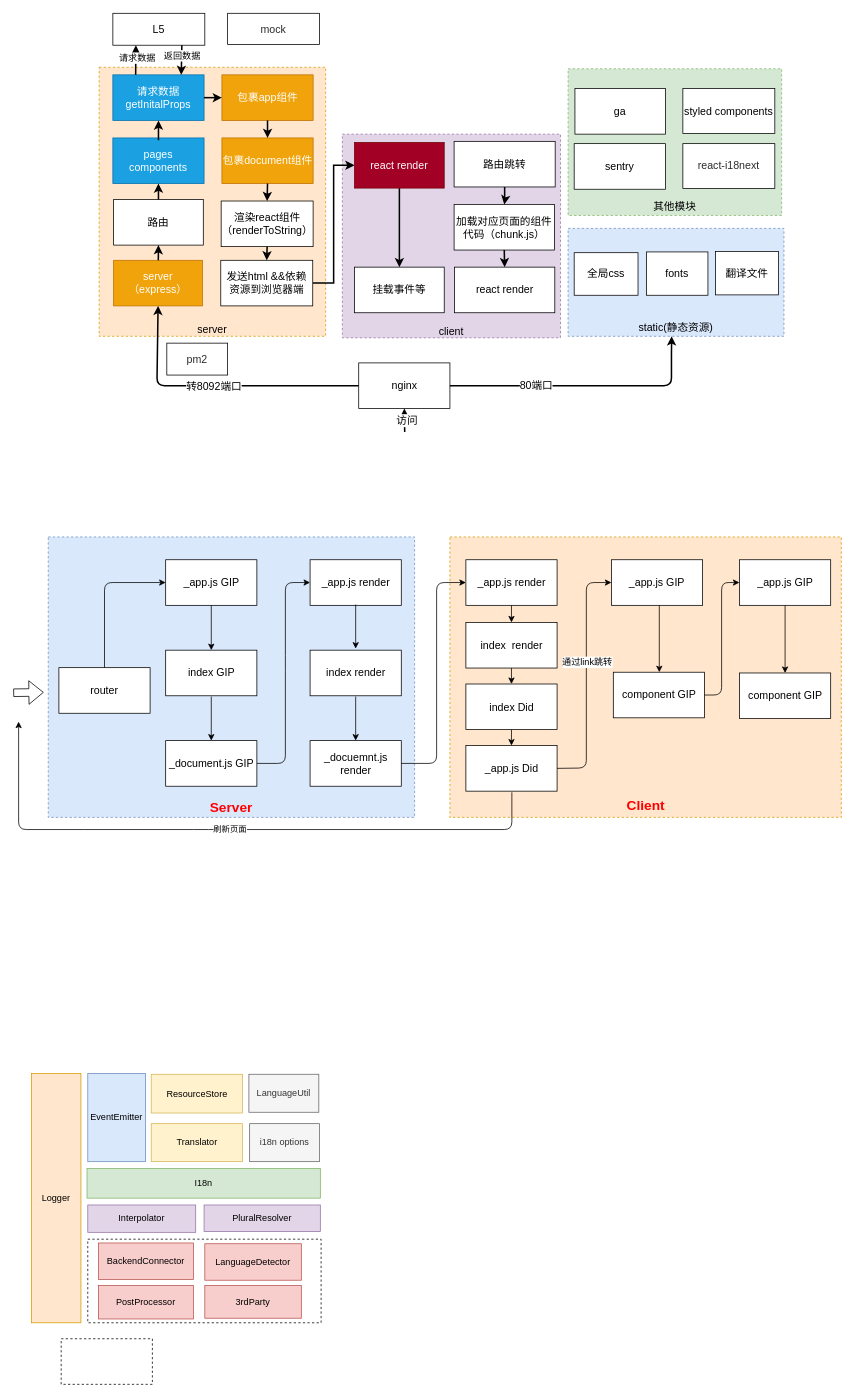
huanglijiao/docs keeps this draw.io diagram as Untitled Diagram.drawio. Above is the earlier version. Source tidied: cells renumbered, new cells numbered last; positions are measured from the earlier drawing's top-left corner, leaving out a move shared by most shapes. Both pictures are drawn from the tidied source at 76%, with x=0, y=0 at pixel (13, 13).
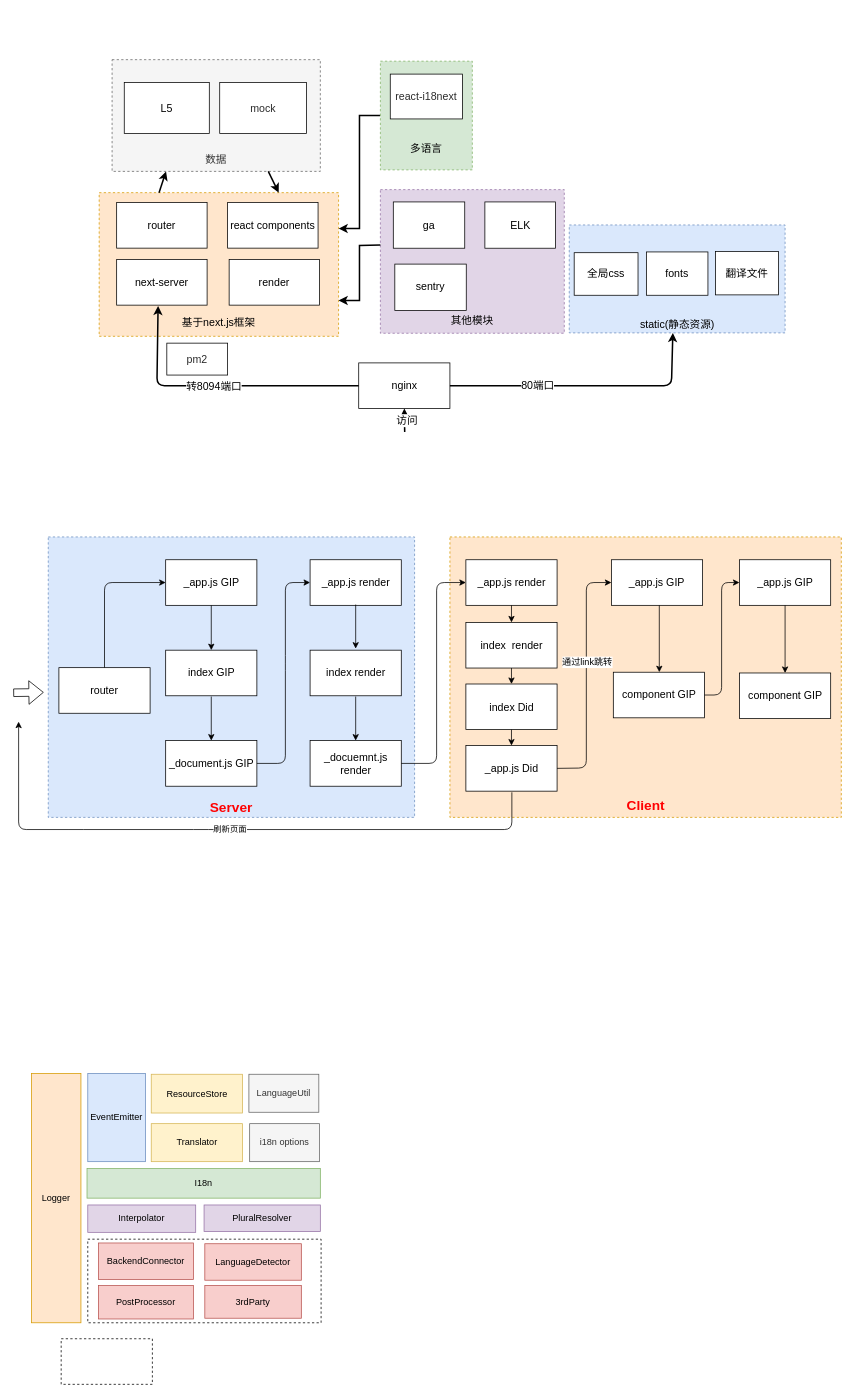
The same page after the edit.

Unchanged cells that the change refers to:
```xml
<mxCell id="8" value="&lt;font style=&quot;font-size: 14px&quot;&gt;nginx&lt;/font&gt;" style="rounded=0;whiteSpace=wrap;html=1;" parent="1" vertex="1">
  <mxGeometry x="454.5" y="460" width="120" height="60" as="geometry" />
</mxCell>
```

What changed in the source:
```diff
@@
-    <mxCell id="2" value="&lt;font style=&quot;font-size: 14px&quot;&gt;&lt;br&gt;&lt;br&gt;&lt;br&gt;&lt;br&gt;&lt;br&gt;&lt;br&gt;&lt;br&gt;&lt;br&gt;&lt;br&gt;&lt;br&gt;&lt;br&gt;&lt;br&gt;&lt;br&gt;&lt;br&gt;&lt;br&gt;client&lt;/font&gt;" style="rounded=0;whiteSpace=wrap;html=1;dashed=1;fillColor=#e1d5e7;strokeColor=#9673a6;" parent="1" vertex="1">
-      <mxGeometry x="433" y="159" width="287" height="268" as="geometry" />
-    </mxCell>
-    <mxCell id="3" value="&lt;font style=&quot;font-size: 14px&quot;&gt;&lt;br&gt;&lt;br&gt;&lt;br&gt;&lt;br&gt;&lt;br&gt;&lt;br&gt;&lt;br&gt;&lt;br&gt;&lt;br&gt;&lt;br&gt;其他模块&lt;/font&gt;" style="rounded=0;whiteSpace=wrap;html=1;dashed=1;fillColor=#d5e8d4;strokeColor=#82b366;" parent="1" vertex="1">
-      <mxGeometry x="730" y="73" width="281" height="193" as="geometry" />
-    </mxCell>
@@
-    <mxCell id="6" value="&lt;font style=&quot;font-size: 14px&quot;&gt;&lt;br&gt;&lt;br&gt;&lt;br&gt;&lt;br&gt;&lt;br&gt;&lt;br&gt;&lt;br&gt;&lt;br&gt;&lt;br&gt;&lt;br&gt;&lt;br&gt;&lt;br&gt;&lt;br&gt;&lt;br&gt;&lt;br&gt;&lt;br&gt;&lt;br&gt;&lt;br&gt;&lt;br&gt;&lt;br&gt;server&lt;/font&gt;" style="rounded=0;whiteSpace=wrap;html=1;dashed=1;fillColor=#ffe6cc;strokeColor=#d79b00;" parent="1" vertex="1">
-      <mxGeometry x="113" y="71" width="298" height="354" as="geometry" />
+    <mxCell id="6" value="&lt;font style=&quot;font-size: 14px&quot;&gt;&lt;br&gt;&lt;br&gt;&lt;br&gt;&lt;br&gt;&lt;br&gt;&lt;br&gt;&lt;br&gt;&lt;br&gt;&lt;br&gt;基于next.js框架&lt;br&gt;&lt;/font&gt;" style="rounded=0;whiteSpace=wrap;html=1;dashed=1;fillColor=#ffe6cc;strokeColor=#d79b00;" parent="1" vertex="1">
+      <mxGeometry x="113" y="236" width="315" height="189" as="geometry" />
     </mxCell>
     <mxCell id="7" value="&lt;font style=&quot;font-size: 14px&quot;&gt;&lt;br&gt;&lt;br&gt;&lt;br&gt;&lt;br&gt;&lt;br&gt;&lt;br&gt;&lt;br&gt;static(静态资源)&lt;/font&gt;" style="rounded=0;whiteSpace=wrap;html=1;dashed=1;fillColor=#dae8fc;strokeColor=#6c8ebf;" parent="1" vertex="1">
-      <mxGeometry x="730" y="283" width="284" height="142" as="geometry" />
+      <mxGeometry x="731.5" y="278.5" width="284" height="142" as="geometry" />
     </mxCell>
@@
     <mxCell id="12" style="endArrow=classic;html=1;strokeWidth=2;exitX=1;exitY=0.5;exitDx=0;exitDy=0;entryX=0.48;entryY=1;entryDx=0;entryDy=0;entryPerimeter=0;" parent="1" edge="1" source="8" target="7">
       <mxGeometry relative="1" as="geometry">
         <Array as="points">
           <mxPoint x="866" y="490" />
-          <mxPoint x="866" y="445" />
         </Array>
       </mxGeometry>
     </mxCell>
@@
-    <mxCell id="14" value="&lt;span style=&quot;font-size: 14px&quot;&gt;server&lt;br&gt;（express）&lt;/span&gt;" style="rounded=0;whiteSpace=wrap;html=1;fillColor=#f0a30a;strokeColor=#BD7000;fontColor=#ffffff;" parent="1" vertex="1">
-      <mxGeometry x="132" y="325" width="117" height="60" as="geometry" />
-    </mxCell>
-    <mxCell id="15" style="endArrow=classic;html=1;entryX=0.5;entryY=1;entryDx=0;entryDy=0;exitX=0;exitY=0.5;exitDx=0;exitDy=0;strokeWidth=2;" parent="1" edge="1" source="8" target="14">
+    <mxCell id="15" style="endArrow=classic;html=1;entryX=0.5;entryY=1;entryDx=0;entryDy=0;exitX=0;exitY=0.5;exitDx=0;exitDy=0;strokeWidth=2;" parent="1" edge="1" source="8">
       <mxGeometry relative="1" as="geometry">
+        <mxPoint x="190.5" y="385" as="targetPoint" />
         <Array as="points">
           <mxPoint x="189" y="490" />
         </Array>
       </mxGeometry>
     </mxCell>
-    <mxCell id="16" value="&lt;font style=&quot;font-size: 14px&quot;&gt;转8092端口&lt;/font&gt;" style="text;html=1;align=center;verticalAlign=middle;labelBackgroundColor=#ffffff;" parent="15" vertex="1">
+    <mxCell id="16" value="&lt;font style=&quot;font-size: 14px&quot;&gt;转8094端口&lt;/font&gt;" style="text;html=1;align=center;verticalAlign=middle;labelBackgroundColor=#ffffff;" parent="15" vertex="1">
       <mxGeometry x="-0.06" relative="1" as="geometry">
         <mxPoint x="-17" as="offset" />
       </mxGeometry>
     </mxCell>
-    <mxCell id="17" value="&lt;span style=&quot;font-size: 14px&quot;&gt;路由&lt;/span&gt;" style="rounded=0;whiteSpace=wrap;html=1;" parent="1" vertex="1">
-      <mxGeometry x="132" y="245" width="118" height="60" as="geometry" />
-    </mxCell>
-    <mxCell id="18" value="&lt;font style=&quot;font-size: 14px&quot;&gt;&lt;br&gt;pages&lt;br&gt;components&lt;br&gt;&lt;br&gt;&lt;/font&gt;" style="rounded=0;whiteSpace=wrap;html=1;fillColor=#1ba1e2;strokeColor=#006EAF;fontColor=#ffffff;" parent="1" vertex="1">
-      <mxGeometry x="131" y="164" width="120" height="60" as="geometry" />
-    </mxCell>
-    <mxCell id="19" value="&lt;font style=&quot;font-size: 14px&quot;&gt;L5&lt;/font&gt;" style="rounded=0;whiteSpace=wrap;html=1;" parent="1" vertex="1">
-      <mxGeometry x="131" width="121" height="42" as="geometry" />
-    </mxCell>
-    <mxCell id="20" value="&lt;font style=&quot;font-size: 14px&quot;&gt;请求数据&lt;br&gt;getInitalProps&lt;/font&gt;" style="rounded=0;whiteSpace=wrap;html=1;fillColor=#1ba1e2;strokeColor=#006EAF;fontColor=#ffffff;" parent="1" vertex="1">
-      <mxGeometry x="131" y="81" width="120" height="60" as="geometry" />
-    </mxCell>
-    <mxCell id="21" value="&lt;span style=&quot;white-space: normal ; font-size: 14px&quot;&gt;包裹document组件&lt;/span&gt;" style="rounded=0;whiteSpace=wrap;html=1;fillColor=#f0a30a;strokeColor=#BD7000;fontColor=#ffffff;" parent="1" vertex="1">
-      <mxGeometry x="274.5" y="164" width="120" height="60" as="geometry" />
-    </mxCell>
-    <mxCell id="22" value="&lt;span style=&quot;font-size: 14px&quot;&gt;包裹app组件&lt;/span&gt;" style="rounded=0;whiteSpace=wrap;html=1;fillColor=#f0a30a;strokeColor=#BD7000;fontColor=#ffffff;" parent="1" vertex="1">
-      <mxGeometry x="274.5" y="81" width="120" height="60" as="geometry" />
-    </mxCell>
-    <mxCell id="23" value="&lt;font&gt;&lt;span style=&quot;font-size: 14px&quot;&gt;渲染react组件&lt;br&gt;（renderToString）&lt;/span&gt;&lt;br&gt;&lt;/font&gt;" style="rounded=0;whiteSpace=wrap;html=1;" parent="1" vertex="1">
-      <mxGeometry x="273.5" y="247" width="121" height="60" as="geometry" />
-    </mxCell>
-    <mxCell id="24" style="endArrow=classic;html=1;strokeWidth=2;entryX=0.5;entryY=1;entryDx=0;entryDy=0;" parent="1" edge="1" source="14" target="17">
-      <mxGeometry relative="1" as="geometry" />
-    </mxCell>
-    <mxCell id="25" style="endArrow=classic;html=1;strokeWidth=2;entryX=0.25;entryY=1;entryDx=0;entryDy=0;exitX=0.25;exitY=0;exitDx=0;exitDy=0;" parent="1" edge="1" source="20" target="19">
-      <mxGeometry relative="1" as="geometry" />
-    </mxCell>
-    <mxCell id="26" value="请求数据" style="text;html=1;align=center;verticalAlign=middle;labelBackgroundColor=#ffffff;" parent="25" vertex="1">
-      <mxGeometry x="0.17" y="-1" relative="1" as="geometry" />
-    </mxCell>
-    <mxCell id="27" style="endArrow=classic;html=1;strokeWidth=2;entryX=0.75;entryY=0;entryDx=0;entryDy=0;exitX=0.75;exitY=1;exitDx=0;exitDy=0;" parent="1" edge="1" source="19" target="20">
-      <mxGeometry relative="1" as="geometry" />
-    </mxCell>
-    <mxCell id="28" value="返回数据" style="text;html=1;align=center;verticalAlign=middle;labelBackgroundColor=#ffffff;" parent="27" vertex="1">
-      <mxGeometry x="-0.29" relative="1" as="geometry" />
-    </mxCell>
-    <mxCell id="29" value="&lt;font style=&quot;font-size: 14px&quot;&gt;sentry&lt;/font&gt;" style="rounded=0;whiteSpace=wrap;html=1;" parent="1" vertex="1">
-      <mxGeometry x="738" y="171.5" width="120" height="60" as="geometry" />
-    </mxCell>
-    <mxCell id="30" value="&lt;span style=&quot;font-size: 14px&quot;&gt;styled components&lt;/span&gt;" style="rounded=0;whiteSpace=wrap;html=1;" parent="1" vertex="1">
-      <mxGeometry x="881" y="99" width="121" height="59" as="geometry" />
-    </mxCell>
-    <mxCell id="31" value="&lt;font color=&quot;#2b2b2b&quot;&gt;&lt;span style=&quot;font-size: 14px ; white-space: pre-wrap ; background-color: rgb(255 , 255 , 255)&quot;&gt;mock&lt;/span&gt;&lt;/font&gt;" style="rounded=0;whiteSpace=wrap;html=1;" parent="1" vertex="1">
-      <mxGeometry x="282" width="121" height="41" as="geometry" />
-    </mxCell>
-    <mxCell id="32" value="&lt;font color=&quot;#2b2b2b&quot;&gt;&lt;span style=&quot;font-size: 14px ; white-space: pre-wrap ; background-color: rgb(255 , 255 , 255)&quot;&gt;react-i18next&lt;/span&gt;&lt;/font&gt;" style="rounded=0;whiteSpace=wrap;html=1;" parent="1" vertex="1">
-      <mxGeometry x="881" y="171.5" width="121" height="59" as="geometry" />
-    </mxCell>
@@
-    <mxCell id="34" value="&lt;font style=&quot;font-size: 14px&quot;&gt;ga&lt;/font&gt;" style="rounded=0;whiteSpace=wrap;html=1;" parent="1" vertex="1">
-      <mxGeometry x="739" y="99" width="119" height="60" as="geometry" />
-    </mxCell>
@@
-    <mxCell id="82" style="edgeStyle=orthogonalEdgeStyle;rounded=0;jettySize=auto;html=1;exitX=1;exitY=0.5;exitDx=0;exitDy=0;entryX=0;entryY=0.5;entryDx=0;entryDy=0;strokeWidth=2;" parent="1" edge="1" source="83" target="99">
-      <mxGeometry relative="1" as="geometry" />
-    </mxCell>
-    <mxCell id="83" value="&lt;font&gt;&lt;span style=&quot;font-size: 14px&quot;&gt;发送html&amp;nbsp;&lt;/span&gt;&lt;font style=&quot;font-size: 14px&quot;&gt;&amp;amp;&amp;amp;依赖资源到浏览器端&lt;/font&gt;&lt;br&gt;&lt;/font&gt;" style="rounded=0;whiteSpace=wrap;html=1;" parent="1" vertex="1">
-      <mxGeometry x="273" y="325" width="121" height="60" as="geometry" />
-    </mxCell>
-    <mxCell id="84" style="endArrow=classic;html=1;strokeWidth=2;entryX=0.5;entryY=0;entryDx=0;entryDy=0;exitX=0.5;exitY=1;exitDx=0;exitDy=0;" parent="1" edge="1" source="21" target="23">
-      <mxGeometry relative="1" as="geometry" />
-    </mxCell>
@@
-    <mxCell id="86" style="endArrow=classic;html=1;strokeWidth=2;entryX=0.5;entryY=0;entryDx=0;entryDy=0;exitX=0.5;exitY=1;exitDx=0;exitDy=0;" parent="1" edge="1" source="23" target="83">
-      <mxGeometry relative="1" as="geometry" />
-    </mxCell>
-    <mxCell id="87" style="endArrow=classic;html=1;strokeWidth=2;entryX=0.5;entryY=1;entryDx=0;entryDy=0;" parent="1" edge="1" source="17" target="18">
-      <mxGeometry relative="1" as="geometry" />
-    </mxCell>
-    <mxCell id="88" style="endArrow=classic;html=1;strokeWidth=2;entryX=0.5;entryY=1;entryDx=0;entryDy=0;" parent="1" edge="1" target="20">
-      <mxGeometry relative="1" as="geometry">
-        <mxPoint x="191" y="167" as="sourcePoint" />
-      </mxGeometry>
-    </mxCell>
-    <mxCell id="89" style="endArrow=classic;html=1;strokeWidth=2;entryX=0;entryY=0.5;entryDx=0;entryDy=0;" parent="1" edge="1" source="20" target="22">
-      <mxGeometry relative="1" as="geometry" />
-    </mxCell>
-    <mxCell id="90" style="endArrow=classic;html=1;strokeWidth=2;entryX=0.5;entryY=0;entryDx=0;entryDy=0;exitX=0.5;exitY=1;exitDx=0;exitDy=0;" parent="1" edge="1" source="22" target="21">
-      <mxGeometry relative="1" as="geometry" />
-    </mxCell>
-    <mxCell id="91" style="edgeStyle=orthogonalEdgeStyle;rounded=0;jettySize=auto;html=1;exitX=0.5;exitY=1;exitDx=0;exitDy=0;entryX=0.5;entryY=0;entryDx=0;entryDy=0;strokeWidth=2;" parent="1" edge="1" source="92" target="95">
-      <mxGeometry relative="1" as="geometry" />
-    </mxCell>
-    <mxCell id="92" value="&lt;span style=&quot;font-size: 14px&quot;&gt;加载对应页面的组件代码（chunk.js）&lt;/span&gt;" style="rounded=0;whiteSpace=wrap;html=1;" parent="1" vertex="1">
-      <mxGeometry x="580" y="251.5" width="132" height="60" as="geometry" />
-    </mxCell>
-    <mxCell id="93" style="edgeStyle=orthogonalEdgeStyle;rounded=0;jettySize=auto;html=1;exitX=0.5;exitY=1;exitDx=0;exitDy=0;strokeWidth=2;" parent="1" edge="1" source="94" target="92">
-      <mxGeometry relative="1" as="geometry" />
-    </mxCell>
-    <mxCell id="94" value="&lt;span style=&quot;font-size: 14px&quot;&gt;路由跳转&lt;/span&gt;" style="rounded=0;whiteSpace=wrap;html=1;" parent="1" vertex="1">
-      <mxGeometry x="580" y="168.5" width="133" height="60" as="geometry" />
-    </mxCell>
-    <mxCell id="95" value="&lt;span style=&quot;font-size: 14px&quot;&gt;react render&lt;/span&gt;" style="rounded=0;whiteSpace=wrap;html=1;" parent="1" vertex="1">
-      <mxGeometry x="580.5" y="334" width="132" height="60" as="geometry" />
-    </mxCell>
@@
-    <mxCell id="98" style="edgeStyle=orthogonalEdgeStyle;rounded=0;jettySize=auto;html=1;exitX=0.5;exitY=1;exitDx=0;exitDy=0;strokeWidth=2;" parent="1" edge="1" source="99" target="100">
-      <mxGeometry relative="1" as="geometry" />
-    </mxCell>
-    <mxCell id="99" value="&lt;span style=&quot;font-size: 14px&quot;&gt;react render&lt;/span&gt;" style="rounded=0;whiteSpace=wrap;html=1;fillColor=#a20025;strokeColor=#6F0000;fontColor=#ffffff;" parent="1" vertex="1">
-      <mxGeometry x="449" y="170" width="118" height="60" as="geometry" />
-    </mxCell>
-    <mxCell id="100" value="&lt;span style=&quot;font-size: 14px&quot;&gt;挂载事件等&lt;/span&gt;" style="rounded=0;whiteSpace=wrap;html=1;" parent="1" vertex="1">
-      <mxGeometry x="449" y="334" width="118" height="60" as="geometry" />
-    </mxCell>
+    <mxCell id="101" style="group;" parent="1" vertex="1">
+      <mxGeometry x="130" y="61" width="274" height="147" as="geometry" />
+    </mxCell>
+    <mxCell id="102" value="&lt;br&gt;&lt;br&gt;&lt;br&gt;&lt;br&gt;&lt;br&gt;&lt;br&gt;&lt;br&gt;&lt;br&gt;&lt;font style=&quot;font-size: 14px&quot;&gt;数据&lt;/font&gt;" style="rounded=0;whiteSpace=wrap;html=1;dashed=1;fillColor=#f5f5f5;strokeColor=#666666;fontColor=#333333;" parent="101" vertex="1">
+      <mxGeometry width="274" height="147" as="geometry" />
+    </mxCell>
+    <mxCell id="19" value="&lt;font style=&quot;font-size: 14px&quot;&gt;L5&lt;/font&gt;" style="rounded=0;whiteSpace=wrap;html=1;" parent="101" vertex="1">
+      <mxGeometry x="16" y="30" width="111.9" height="67" as="geometry" />
+    </mxCell>
+    <mxCell id="31" value="&lt;font color=&quot;#2b2b2b&quot;&gt;&lt;span style=&quot;font-size: 14px ; white-space: pre-wrap ; background-color: rgb(255 , 255 , 255)&quot;&gt;mock&lt;/span&gt;&lt;/font&gt;" style="rounded=0;whiteSpace=wrap;html=1;" parent="101" vertex="1">
+      <mxGeometry x="141.6" y="30" width="114.2" height="67" as="geometry" />
+    </mxCell>
+    <mxCell id="103" value="&lt;span style=&quot;font-size: 14px&quot;&gt;next-server&lt;/span&gt;" style="rounded=0;whiteSpace=wrap;html=1;" parent="1" vertex="1">
+      <mxGeometry x="136" y="324" width="119" height="60" as="geometry" />
+    </mxCell>
+    <mxCell id="104" style="group;" parent="1" vertex="1">
+      <mxGeometry x="443" y="232" width="282" height="196" as="geometry" />
+    </mxCell>
+    <mxCell id="105" value="&lt;br&gt;&lt;br&gt;&lt;br&gt;&lt;br&gt;&lt;br&gt;&lt;br&gt;&lt;font style=&quot;font-size: 14px&quot;&gt;&lt;br&gt;&lt;br&gt;&lt;br&gt;&lt;br&gt;其他模块&lt;/font&gt;" style="rounded=0;whiteSpace=wrap;html=1;dashed=1;fillColor=#e1d5e7;strokeColor=#9673a6;" parent="104" vertex="1">
+      <mxGeometry x="40" width="242" height="189" as="geometry" />
+    </mxCell>
+    <mxCell id="29" value="&lt;font style=&quot;font-size: 14px&quot;&gt;sentry&lt;/font&gt;" style="rounded=0;whiteSpace=wrap;html=1;" parent="104" vertex="1">
+      <mxGeometry x="59" y="98" width="94" height="60.9" as="geometry" />
+    </mxCell>
+    <mxCell id="34" value="&lt;font style=&quot;font-size: 14px&quot;&gt;ga&lt;/font&gt;" style="rounded=0;whiteSpace=wrap;html=1;" parent="104" vertex="1">
+      <mxGeometry x="57" y="16.2" width="94" height="60.9" as="geometry" />
+    </mxCell>
+    <mxCell id="106" value="&lt;span style=&quot;font-size: 14px&quot;&gt;ELK&lt;/span&gt;" style="rounded=0;whiteSpace=wrap;html=1;" parent="104" vertex="1">
+      <mxGeometry x="177.5" y="16.2" width="93" height="60.9" as="geometry" />
+    </mxCell>
+    <mxCell id="107" style="edgeStyle=orthogonalEdgeStyle;rounded=0;jettySize=auto;html=1;entryX=1;entryY=0.25;entryDx=0;entryDy=0;strokeWidth=2;exitX=0;exitY=0.5;exitDx=0;exitDy=0;" parent="1" edge="1" source="3" target="6">
+      <mxGeometry relative="1" as="geometry" />
+    </mxCell>
+    <mxCell id="108" value="&lt;span style=&quot;font-size: 14px&quot;&gt;react components&lt;/span&gt;" style="rounded=0;whiteSpace=wrap;html=1;" parent="1" vertex="1">
+      <mxGeometry x="282" y="249" width="119" height="60" as="geometry" />
+    </mxCell>
+    <mxCell id="109" style="group;" parent="1" vertex="1">
+      <mxGeometry x="483" y="63" width="121" height="143" as="geometry" />
+    </mxCell>
+    <mxCell id="3" value="&lt;br&gt;&lt;br&gt;&lt;br&gt;&lt;br&gt;&lt;br&gt;&lt;br&gt;&lt;font style=&quot;font-size: 14px&quot;&gt;多语言&lt;/font&gt;" style="rounded=0;whiteSpace=wrap;html=1;dashed=1;fillColor=#d5e8d4;strokeColor=#82b366;" parent="109" vertex="1">
+      <mxGeometry width="121" height="143" as="geometry" />
+    </mxCell>
+    <mxCell id="32" value="&lt;font color=&quot;#2b2b2b&quot;&gt;&lt;span style=&quot;font-size: 14px ; white-space: pre-wrap ; background-color: rgb(255 , 255 , 255)&quot;&gt;react-i18next&lt;/span&gt;&lt;/font&gt;" style="rounded=0;whiteSpace=wrap;html=1;" parent="109" vertex="1">
+      <mxGeometry x="13" y="17" width="95" height="59" as="geometry" />
+    </mxCell>
+    <mxCell id="110" value="&lt;span style=&quot;font-size: 14px&quot;&gt;router&lt;/span&gt;" style="rounded=0;whiteSpace=wrap;html=1;" parent="1" vertex="1">
+      <mxGeometry x="136" y="249" width="119" height="60" as="geometry" />
+    </mxCell>
+    <mxCell id="111" value="&lt;span style=&quot;font-size: 14px&quot;&gt;render&lt;/span&gt;" style="rounded=0;whiteSpace=wrap;html=1;" parent="1" vertex="1">
+      <mxGeometry x="284" y="324" width="119" height="60" as="geometry" />
+    </mxCell>
+    <mxCell id="112" style="endArrow=classic;html=1;exitX=0.25;exitY=0;exitDx=0;exitDy=0;strokeWidth=2;" parent="1" edge="1" source="6">
+      <mxGeometry relative="1" as="geometry">
+        <mxPoint x="201" y="208" as="targetPoint" />
+      </mxGeometry>
+    </mxCell>
+    <mxCell id="113" style="endArrow=classic;html=1;exitX=0.75;exitY=1;exitDx=0;exitDy=0;entryX=0.75;entryY=0;entryDx=0;entryDy=0;strokeWidth=2;" parent="1" edge="1" source="102" target="6">
+      <mxGeometry relative="1" as="geometry" />
+    </mxCell>
+    <mxCell id="114" style="edgeStyle=orthogonalEdgeStyle;rounded=0;jettySize=auto;html=1;entryX=1;entryY=0.75;entryDx=0;entryDy=0;strokeWidth=2;" parent="1" edge="1" target="6">
+      <mxGeometry relative="1" as="geometry">
+        <mxPoint x="483" y="305" as="sourcePoint" />
+      </mxGeometry>
+    </mxCell>
```
